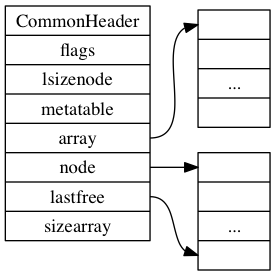
yszheda/lua-table-talk keeps this Graphviz diagram as img/Table-simple.png. Above is the earlier version. Its source is kept beside it as img_src/Table-simple.dot.
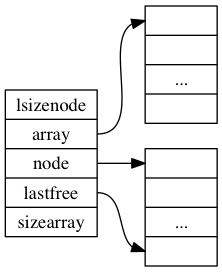
Later version of the same file.

What changed in the source:
```diff
@@ -3,7 +3,7 @@
 rankdir = LR;
 node[shape = record];
 
-table[label = "CommonHeader | flags | lsizenode | metatable | <array> array | <hash> node | <lastfree> lastfree | sizearray"];
+table[label = "lsizenode | <array> array | <hash> node | <lastfree> lastfree | sizearray"];
 
 array[label = "<head> | | ... |"];
 
```
